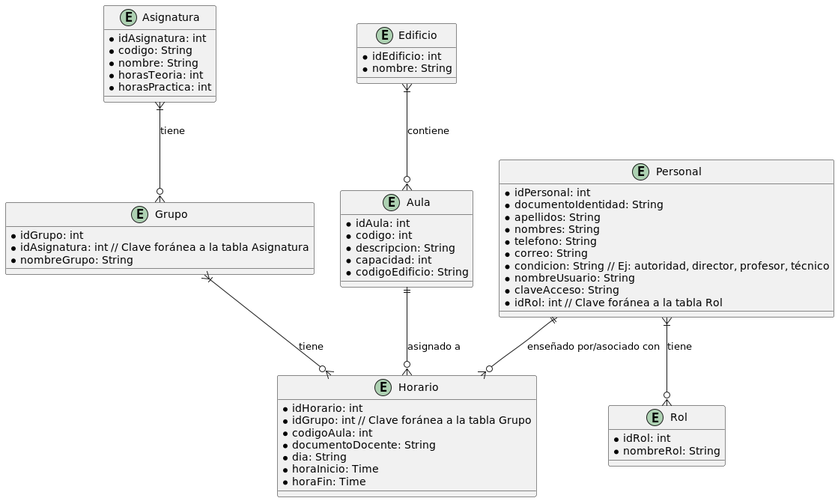
The PlantUML diagram Diagramas/BasedeDatos.png in SrNe0/HorarioUIS, before a commit.
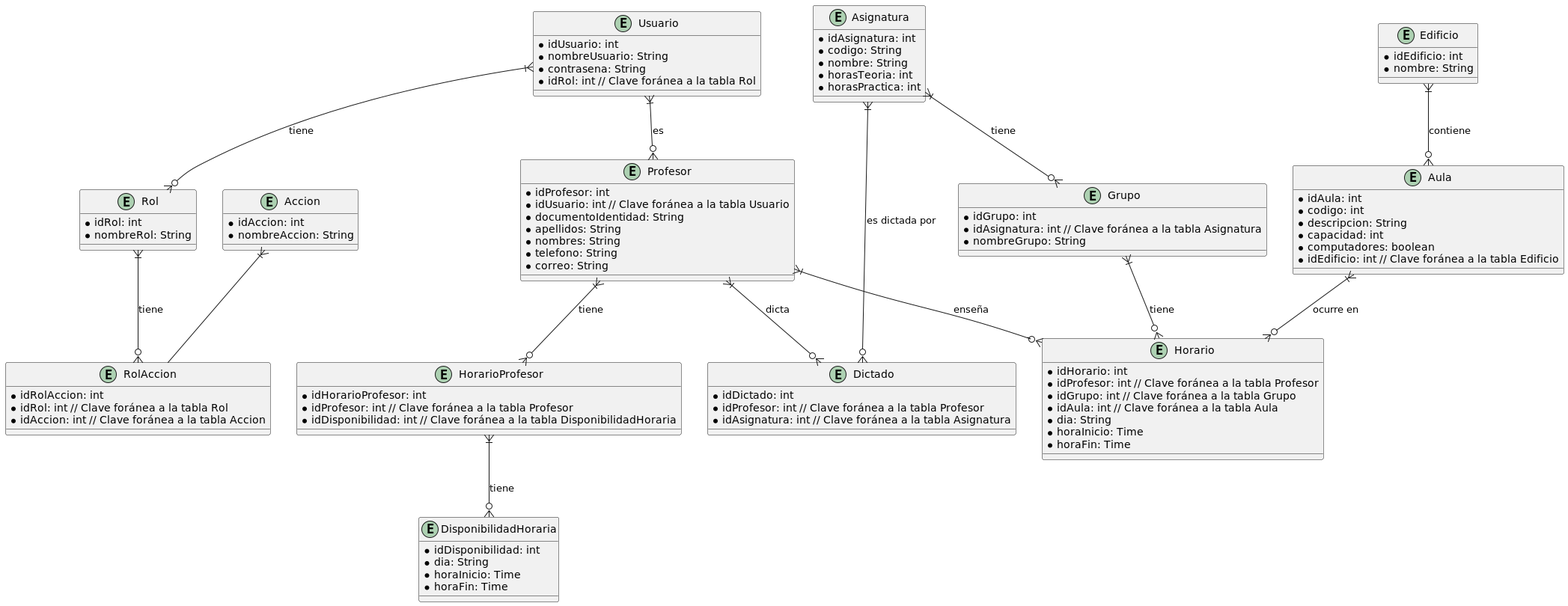
The same file after the commit.

Commit message:
Actualizacion de los diagras de clases y bases de datos

Diff of the diagram source:
```diff
@@ -1,4 +1,37 @@
 @startuml
+entity "Usuario" {
+    * idUsuario: int
+    * nombreUsuario: String
+    * contrasena: String
+    * idRol: int // Clave foránea a la tabla Rol
+}
+
+entity "Rol" {
+    * idRol: int
+    * nombreRol: String
+}
+
+entity "Accion" {
+    * idAccion: int
+    * nombreAccion: String
+}
+
+entity "RolAccion" {
+    * idRolAccion: int
+    * idRol: int // Clave foránea a la tabla Rol
+    * idAccion: int // Clave foránea a la tabla Accion
+}
+
+entity "Profesor" {
+    * idProfesor: int
+    * idUsuario: int // Clave foránea a la tabla Usuario
+    * documentoIdentidad: String
+    * apellidos: String
+    * nombres: String
+    * telefono: String
+    * correo: String
+}
+
 entity "Asignatura" {
     * idAsignatura: int
     * codigo: String
@@ -7,10 +40,39 @@
     * horasPractica: int
 }
 
+entity "Dictado" {
+    * idDictado: int
+    * idProfesor: int // Clave foránea a la tabla Profesor
+    * idAsignatura: int // Clave foránea a la tabla Asignatura
+}
+
 entity "Grupo" {
     * idGrupo: int
     * idAsignatura: int // Clave foránea a la tabla Asignatura
     * nombreGrupo: String
+}
+
+entity "DisponibilidadHoraria" {
+    * idDisponibilidad: int
+    * dia: String
+    * horaInicio: Time
+    * horaFin: Time
+}
+
+entity "HorarioProfesor" {
+    * idHorarioProfesor: int
+    * idProfesor: int // Clave foránea a la tabla Profesor
+    * idDisponibilidad: int // Clave foránea a la tabla DisponibilidadHoraria
+}
+
+entity "Horario" {
+    * idHorario: int
+    * idProfesor: int // Clave foránea a la tabla Profesor
+    * idGrupo: int // Clave foránea a la tabla Grupo
+    * idAula: int // Clave foránea a la tabla Aula
+    * dia: String
+    * horaInicio: Time
+    * horaFin: Time
 }
 
 entity "Edificio" {
@@ -23,41 +85,24 @@
     * codigo: int
     * descripcion: String
     * capacidad: int
-    * codigoEdificio: String
+    * computadores: boolean
+    * idEdificio: int // Clave foránea a la tabla Edificio
 }
 
-entity "Personal" {
-    * idPersonal: int
-    * documentoIdentidad: String
-    * apellidos: String
-    * nombres: String
-    * telefono: String
-    * correo: String
-    * condicion: String // Ej: autoridad, director, profesor, técnico
-    * nombreUsuario: String
-    * claveAcceso: String
-    * idRol: int // Clave foránea a la tabla Rol
-}
+Usuario }|--o{ Rol : "tiene"
+Usuario }|--o{ Profesor : "es"
+Profesor }|--o{ Dictado : "dicta"
+Asignatura }|--o{ Dictado : "es dictada por"
+Profesor }|--o{ Horario : "enseña"
+Grupo }|--o{ Horario : "tiene"
+Aula }|--o{ Horario : "ocurre en"
+Edificio }|--o{ Aula : "contiene"
+Asignatura }|--o{ Grupo : "tiene"
+Rol }|--o{ RolAccion : "tiene"
+Accion }|-- RolAccion
 
-entity "Rol" {
-    * idRol: int
-    * nombreRol: String
-}
+Profesor }|--o{ HorarioProfesor : "tiene"
 
-entity "Horario" {
-    * idHorario: int
-    * idGrupo: int // Clave foránea a la tabla Grupo
-    * codigoAula: int
-    * documentoDocente: String
-    * dia: String
-    * horaInicio: Time
-    * horaFin: Time
-}
+HorarioProfesor }|--o{ DisponibilidadHoraria : "tiene"
 
-Personal ||--o{ Horario : "enseñado por/asociado con"
-Aula ||--o{ Horario : "asignado a"
-Personal }|--o{ Rol : "tiene"
-Asignatura }|--o{ Grupo : "tiene"
-Edificio }|--o{ Aula : "contiene"
-Grupo }|--o{ Horario : "tiene"
 @enduml
```
